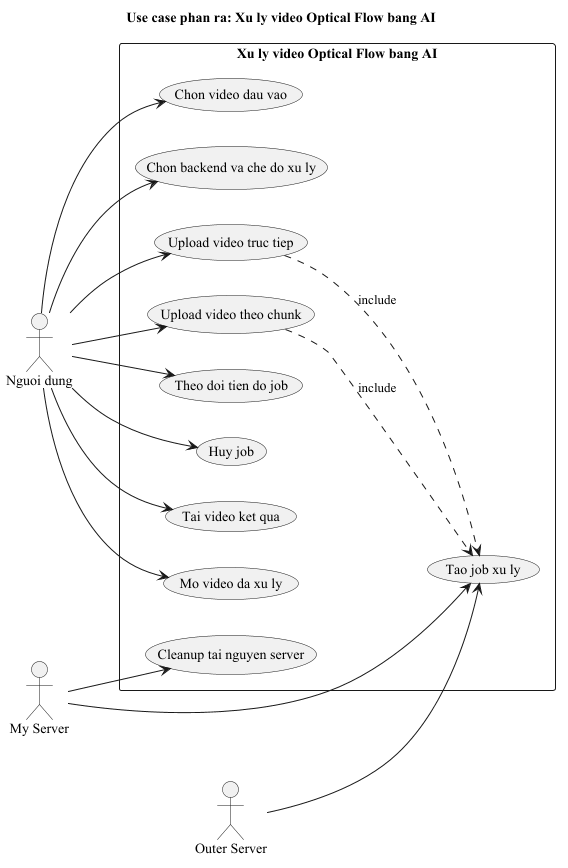
This is figures/usecase_xu_ly_video_ai.png from thanhmobile080604/My-Thesis-Latex, a PlantUML export, as it was before one commit. The source it was exported from:
```plantuml
@startuml usecase_xu_ly_video_ai
skinparam defaultFontName "Times New Roman"
title Use case phan ra: Xu ly video Optical Flow bang AI
left to right direction

actor "Nguoi dung" as User
actor "My Server" as MyS
actor "Outer Server" as OutS

rectangle "Xu ly video Optical Flow bang AI" {
  usecase "Chon video dau vao" as U1
  usecase "Chon backend va che do xu ly" as U2
  usecase "Upload video truc tiep" as U3
  usecase "Upload video theo chunk" as U4
  usecase "Tao job xu ly" as U5
  usecase "Theo doi tien do job" as U6
  usecase "Huy job" as U7
  usecase "Tai video ket qua" as U8
  usecase "Mo video da xu ly" as U9
  usecase "Cleanup tai nguyen server" as U10
}

User --> U1
User --> U2
User --> U3
User --> U4
User --> U6
User --> U7
User --> U8
User --> U9
U3 ..> U5 : include
U4 ..> U5 : include
MyS --> U5
OutS --> U5
MyS --> U10
@enduml
```
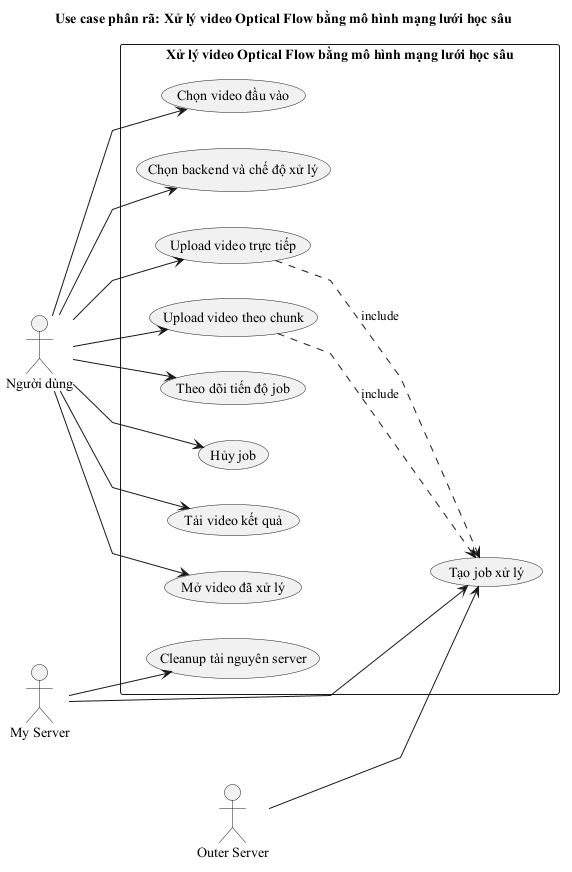
The same diagram one commit later.

Diff of the diagram source:
```diff
@@ -1,23 +1,24 @@
 @startuml usecase_xu_ly_video_ai
 skinparam defaultFontName "Times New Roman"
-title Use case phan ra: Xu ly video Optical Flow bang AI
+skinparam linetype polyline
 left to right direction
+title Use case phân rã: Xử lý video Optical Flow bằng mô hình mạng lưới học sâu
 
-actor "Nguoi dung" as User
+actor "Người dùng" as User
 actor "My Server" as MyS
 actor "Outer Server" as OutS
 
-rectangle "Xu ly video Optical Flow bang AI" {
-  usecase "Chon video dau vao" as U1
-  usecase "Chon backend va che do xu ly" as U2
-  usecase "Upload video truc tiep" as U3
+rectangle "Xử lý video Optical Flow bằng mô hình mạng lưới học sâu" {
+  usecase "Chọn video đầu vào" as U1
+  usecase "Chọn backend và chế độ xử lý" as U2
+  usecase "Upload video trực tiếp" as U3
   usecase "Upload video theo chunk" as U4
-  usecase "Tao job xu ly" as U5
-  usecase "Theo doi tien do job" as U6
-  usecase "Huy job" as U7
-  usecase "Tai video ket qua" as U8
-  usecase "Mo video da xu ly" as U9
-  usecase "Cleanup tai nguyen server" as U10
+  usecase "Tạo job xử lý" as U5
+  usecase "Theo dõi tiến độ job" as U6
+  usecase "Hủy job" as U7
+  usecase "Tải video kết quả" as U8
+  usecase "Mở video đã xử lý" as U9
+  usecase "Cleanup tài nguyên server" as U10
 }
 
 User --> U1
```
